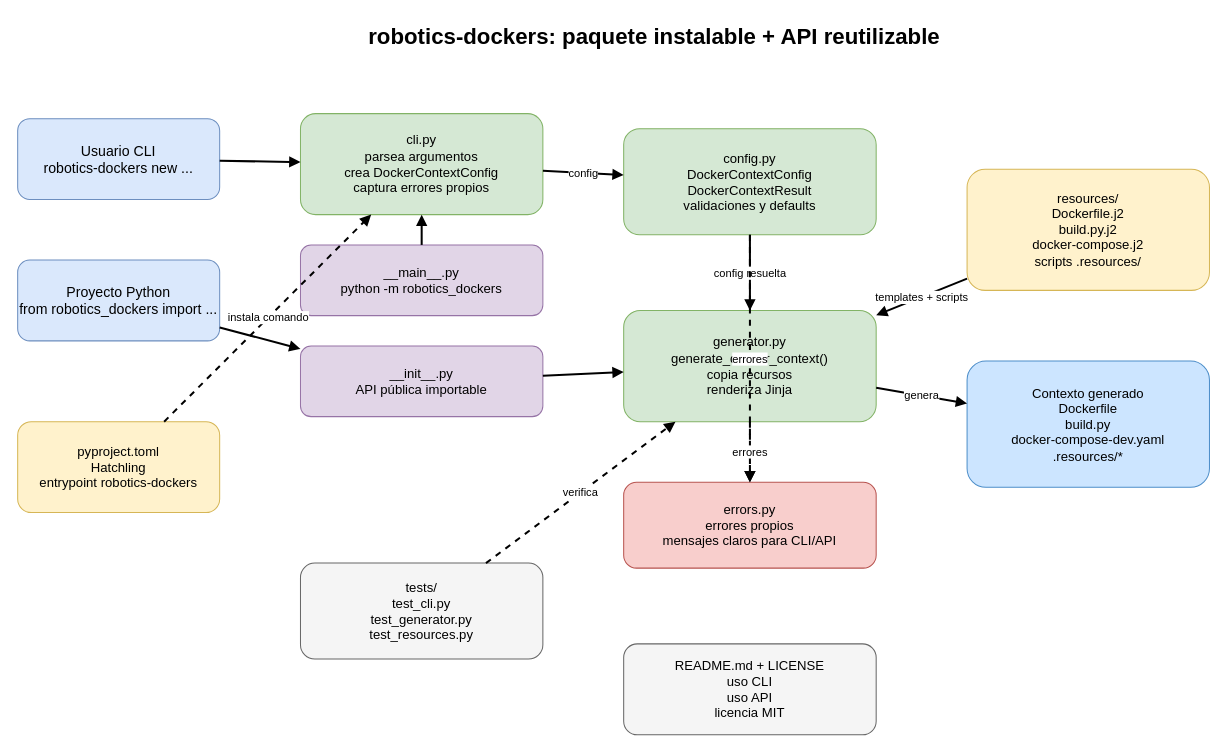
The draw.io diagram docs/refactor-architecture.drawio in jfrascon/robotics_dockers, before the edit. Source tidied: cells renumbered, new cells numbered last; positions are measured from the earlier drawing's top-left corner, leaving out a move shared by most shapes. Both pictures are drawn from the tidied source at 101%, with x=0, y=0 at pixel (17, 17).
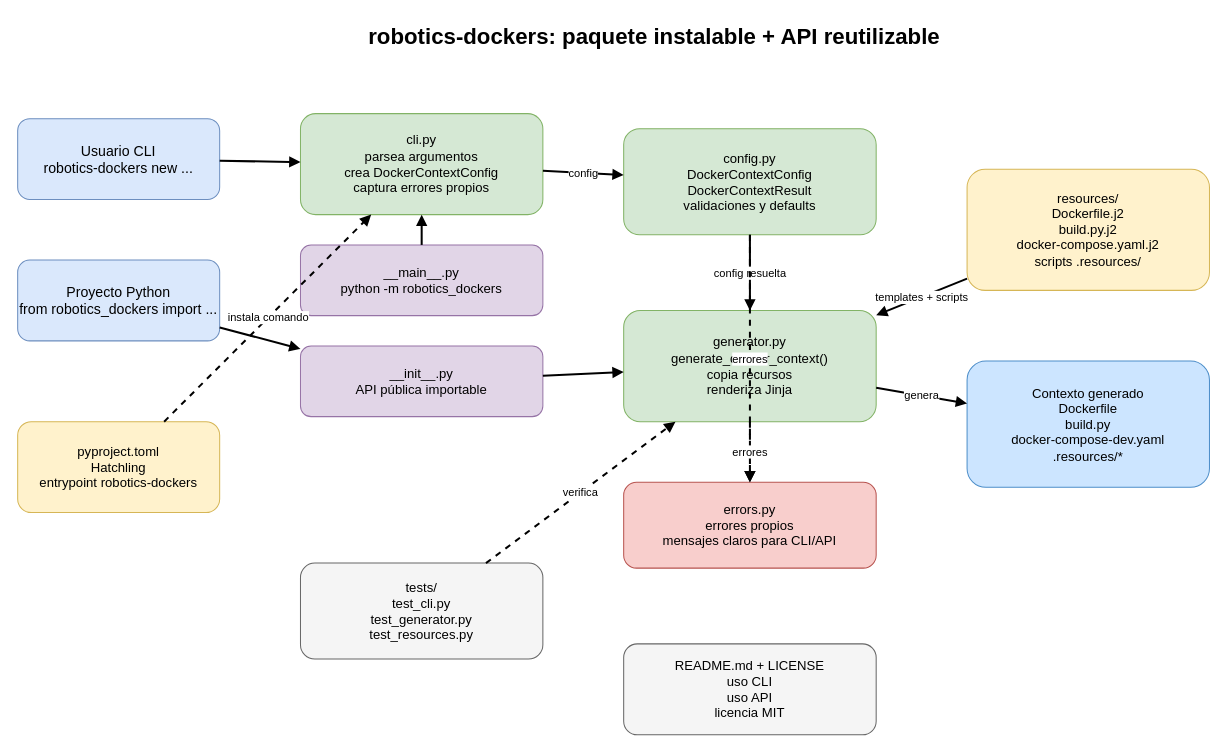
Above is the later version.

Commit message (it also covers changes not shown here):
chore: rename compose template resource

The edit, as a diff of the source:
```diff
@@
-    <mxCell id="12" value="resources/&#10;Dockerfile.j2&#10;build.py.j2&#10;docker-compose.j2&#10;scripts .resources/" style="rounded=1;whiteSpace=wrap;html=1;fillColor=#fff2cc;strokeColor=#d6b656;fontSize=13;" parent="1" vertex="1">
+    <mxCell id="12" value="resources/&#10;Dockerfile.j2&#10;build.py.j2&#10;docker-compose.yaml.j2&#10;scripts .resources/" style="rounded=1;whiteSpace=wrap;html=1;fillColor=#fff2cc;strokeColor=#d6b656;fontSize=13;" parent="1" vertex="1">
       <mxGeometry x="940" y="150" width="240" height="120" as="geometry" />
     </mxCell>
```
